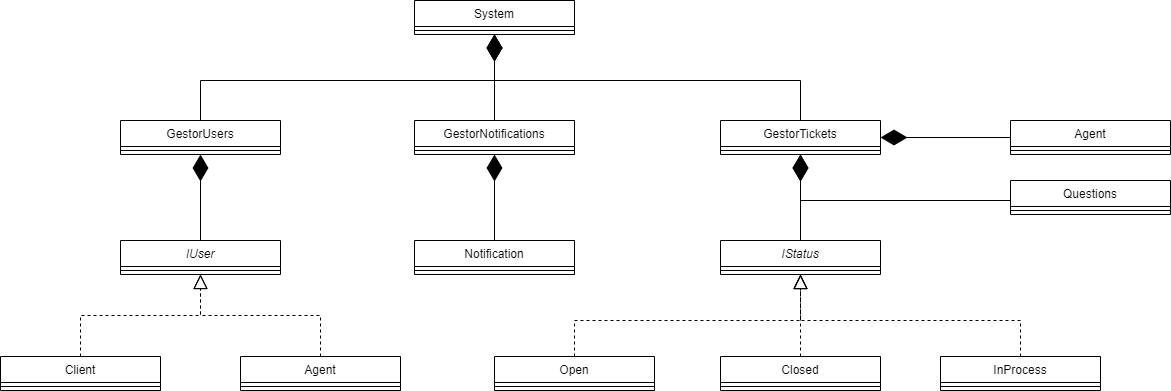
The draw.io diagram Kata/Kata One - The Ticket/v3.0/clases.png in Souto751/ayed3, before a commit. Source tidied: cells renumbered, new cells last; positions are measured from the earlier drawing's top-left corner, leaving out a move shared by most shapes.
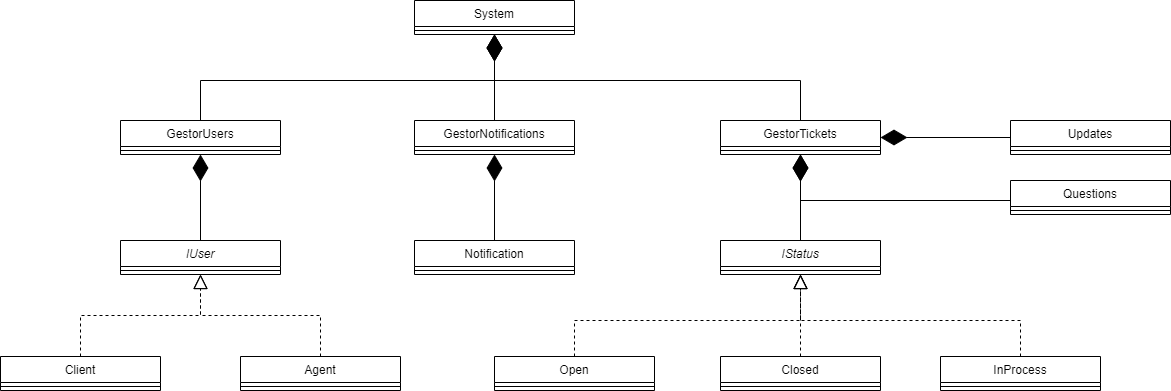
After the change.

The edit, as a diff of the source:
```diff
@@ -127,7 +127,7 @@
         </Array>
       </mxGeometry>
     </mxCell>
-    <mxCell id="37" value="Agent" style="swimlane;fontStyle=0;align=center;verticalAlign=top;horizontal=1;startSize=26;" parent="1" vertex="1">
+    <mxCell id="37" value="Updates" style="swimlane;fontStyle=0;align=center;verticalAlign=top;horizontal=1;startSize=26;" parent="1" vertex="1">
       <mxGeometry x="1010" y="120" width="160" height="34" as="geometry" />
     </mxCell>
     <mxCell id="38" style="line;strokeWidth=1;fillColor=none;align=left;verticalAlign=middle;spacingTop=-1;spacingLeft=3;spacingRight=3;labelPosition=right;" parent="37" vertex="1">
```
